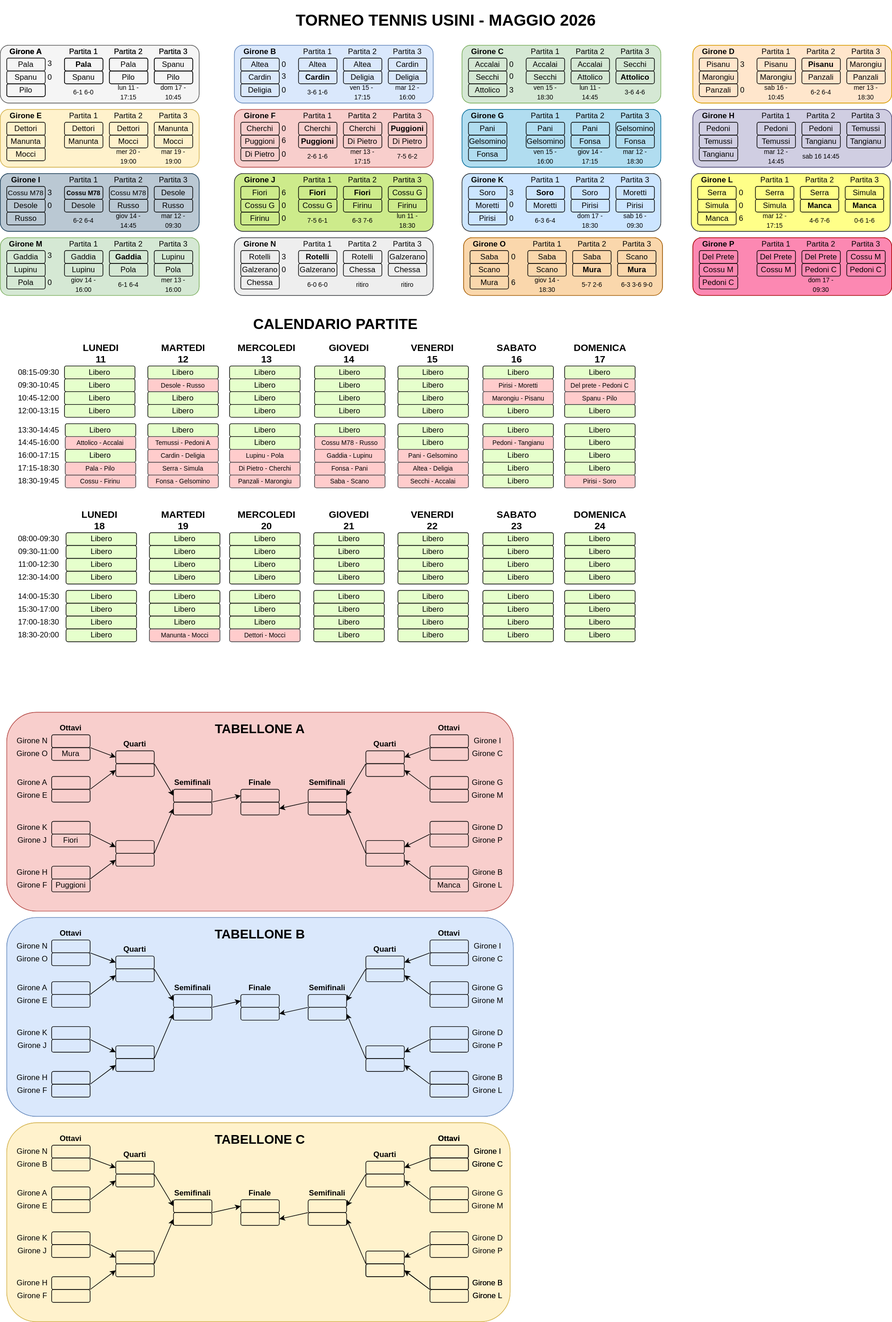
The draw.io diagram torneo-tennis-2026/tabellone.drawio.svg in cscalaresu/tornei, before a commit. Source tidied: cells renumbered, new cells last; positions are measured from the earlier drawing's top-left corner, leaving out a move shared by most shapes.
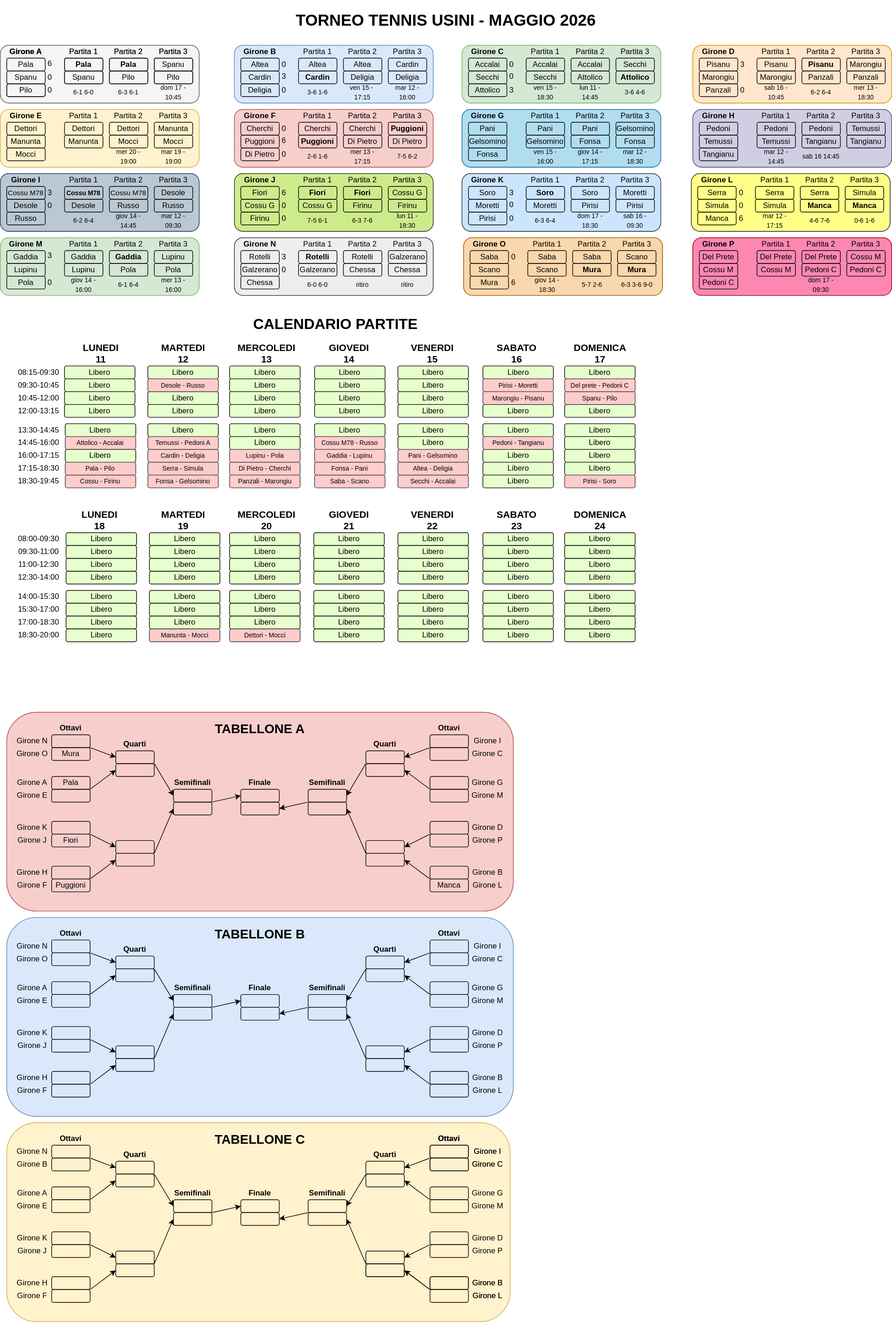
After the change.

What changed in the source:
```diff
@@ -1442,7 +1442,7 @@
     <mxCell id="479" value="Girone O" style="text;html=1;align=center;verticalAlign=middle;whiteSpace=wrap;rounded=0;" parent="1" vertex="1">
       <mxGeometry x="20" y="1160" width="60" height="30" as="geometry" />
     </mxCell>
-    <mxCell id="480" style="rounded=1;whiteSpace=wrap;html=1;fillColor=none;fontStyle=1;" parent="1" vertex="1">
+    <mxCell id="480" value="&lt;span style=&quot;font-weight: normal;&quot;&gt;Pala&lt;/span&gt;" style="rounded=1;whiteSpace=wrap;html=1;fillColor=none;fontStyle=1;" parent="1" vertex="1">
       <mxGeometry x="80" y="1210" width="60" height="20" as="geometry" />
     </mxCell>
     <mxCell id="481" style="rounded=1;whiteSpace=wrap;html=1;fillColor=none;fontStyle=1;" parent="1" vertex="1">
@@ -2090,7 +2090,7 @@
     <mxCell id="692" value="Pala" style="rounded=1;whiteSpace=wrap;html=1;fillColor=none;fontStyle=1;" parent="1" vertex="1">
       <mxGeometry x="100" y="90" width="60" height="20" as="geometry" />
     </mxCell>
-    <mxCell id="693" value="Pala" style="rounded=1;whiteSpace=wrap;html=1;fillColor=none;" parent="1" vertex="1">
+    <mxCell id="693" value="Pala" style="rounded=1;whiteSpace=wrap;html=1;fillColor=none;fontStyle=1;" parent="1" vertex="1">
       <mxGeometry x="170" y="90" width="60" height="20" as="geometry" />
     </mxCell>
     <mxCell id="694" value="Spanu" style="rounded=1;whiteSpace=wrap;html=1;fillColor=none;" parent="1" vertex="1">
@@ -2525,7 +2525,7 @@
     <mxCell id="837" value="3" style="text;html=1;whiteSpace=wrap;strokeColor=none;fillColor=none;align=center;verticalAlign=middle;rounded=0;" parent="1" vertex="1">
       <mxGeometry x="790" y="287.5" width="15" height="25" as="geometry" />
     </mxCell>
-    <mxCell id="838" value="3" style="text;html=1;whiteSpace=wrap;strokeColor=none;fillColor=none;align=center;verticalAlign=middle;rounded=0;" parent="1" vertex="1">
+    <mxCell id="838" value="6" style="text;html=1;whiteSpace=wrap;strokeColor=none;fillColor=none;align=center;verticalAlign=middle;rounded=0;" parent="1" vertex="1">
       <mxGeometry x="70" y="86.2" width="15" height="25" as="geometry" />
     </mxCell>
     <mxCell id="839" value="0" style="text;html=1;whiteSpace=wrap;strokeColor=none;fillColor=none;align=center;verticalAlign=middle;rounded=0;" parent="1" vertex="1">
@@ -2549,7 +2549,7 @@
     <mxCell id="845" value="&lt;font style=&quot;font-size: 10px;&quot;&gt;Pala - Pilo&lt;/font&gt;" style="rounded=1;whiteSpace=wrap;html=1;fillColor=#ffcccc;strokeColor=#36393d;" parent="1" vertex="1">
       <mxGeometry x="101.2" y="720" width="110" height="20" as="geometry" />
     </mxCell>
-    <mxCell id="846" value="&lt;font style=&quot;font-size: 10px;&quot;&gt;lun 11 - 17:15&lt;/font&gt;" style="text;html=1;whiteSpace=wrap;strokeColor=none;fillColor=none;align=center;verticalAlign=middle;rounded=0;" parent="1" vertex="1">
+    <mxCell id="846" value="&lt;font style=&quot;font-size: 10px;&quot;&gt;6-3 6-1&lt;/font&gt;" style="text;html=1;whiteSpace=wrap;strokeColor=none;fillColor=none;align=center;verticalAlign=middle;rounded=0;" parent="1" vertex="1">
       <mxGeometry x="170" y="130" width="60" height="25" as="geometry" />
     </mxCell>
     <mxCell id="847" value="Libero" style="rounded=1;whiteSpace=wrap;html=1;fontStyle=0;fillColor=#E6FFCC;" parent="1" vertex="1">
@@ -2702,5 +2702,8 @@
     <mxCell id="896" value="&lt;font style=&quot;font-size: 10px;&quot;&gt;Dettori - Mocci&lt;/font&gt;" style="rounded=1;whiteSpace=wrap;html=1;fillColor=#ffcccc;strokeColor=#36393d;" parent="1" vertex="1">
       <mxGeometry x="357.5" y="980" width="110" height="20" as="geometry" />
     </mxCell>
+    <mxCell id="897" value="0" style="text;html=1;whiteSpace=wrap;strokeColor=none;fillColor=none;align=center;verticalAlign=middle;rounded=0;" parent="1" vertex="1">
+      <mxGeometry x="70" y="127.5" width="15" height="25" as="geometry" />
+    </mxCell>
   </root>
 </mxGraphModel>
```
